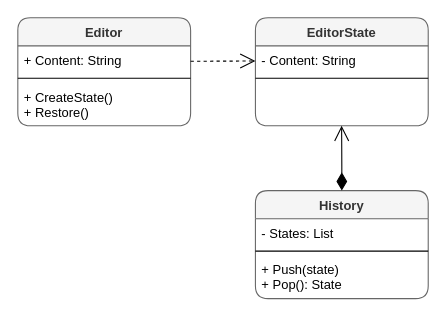
The draw.io diagram DesignPatterns/MementoPattern/Assets/Memento.drawio in maydinunlu/CSharp-DesignPatterns, before the edit. Source tidied: cells renumbered, new cells numbered last; positions are measured from the earlier drawing's top-left corner, leaving out a move shared by most shapes. Both pictures are drawn from the tidied source at 108%, with x=0, y=0 at pixel (17, 17).
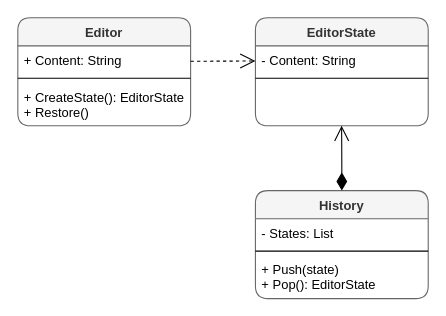
The same page after the edit.

Change to the diagram source:
```diff
@@
 <mxGraphModel>
   <root>
     <mxCell id="0" />
     <mxCell id="1" parent="0" />
     <mxCell id="2" value="Editor" style="swimlane;fontStyle=1;align=center;verticalAlign=top;horizontal=1;startSize=26;rounded=1;shadow=0;sketch=0;noLabel=0;swimlaneFillColor=none;fillColor=#f5f5f5;strokeColor=#666666;fontColor=#333333;" parent="1" vertex="1">
       <mxGeometry width="160" height="100" as="geometry" />
     </mxCell>
     <mxCell id="3" value="+ Content: String" style="text;strokeColor=none;fillColor=none;align=left;verticalAlign=top;spacingLeft=4;spacingRight=4;overflow=hidden;" parent="2" vertex="1">
       <mxGeometry y="26" width="160" height="26" as="geometry" />
     </mxCell>
     <mxCell id="4" style="line;strokeWidth=1;fillColor=none;align=left;verticalAlign=middle;spacingTop=-1;spacingLeft=3;spacingRight=3;labelPosition=right;" parent="2" vertex="1">
       <mxGeometry y="52" width="160" height="8" as="geometry" />
     </mxCell>
-    <mxCell id="5" value="+ CreateState()&#10;+ Restore()" style="text;strokeColor=none;fillColor=none;align=left;verticalAlign=top;spacingLeft=4;spacingRight=4;overflow=hidden;" parent="2" vertex="1">
+    <mxCell id="5" value="+ CreateState(): EditorState&#10;+ Restore()" style="text;strokeColor=none;fillColor=none;align=left;verticalAlign=top;spacingLeft=4;spacingRight=4;overflow=hidden;" parent="2" vertex="1">
       <mxGeometry y="60" width="160" height="40" as="geometry" />
     </mxCell>
     <mxCell id="6" value="EditorState" style="swimlane;fontStyle=1;align=center;verticalAlign=top;horizontal=1;startSize=26;sketch=0;shadow=0;rounded=1;glass=0;swimlaneLine=1;fillColor=#f5f5f5;strokeColor=#666666;fontColor=#333333;" parent="1" vertex="1">
       <mxGeometry x="220" width="160" height="100" as="geometry" />
     </mxCell>
     <mxCell id="7" value="- Content: String" style="text;strokeColor=none;fillColor=none;align=left;verticalAlign=top;spacingLeft=4;spacingRight=4;overflow=hidden;" parent="6" vertex="1">
       <mxGeometry y="26" width="160" height="26" as="geometry" />
     </mxCell>
     <mxCell id="8" style="line;strokeWidth=1;fillColor=none;align=left;verticalAlign=middle;spacingTop=-1;spacingLeft=3;spacingRight=3;labelPosition=right;" parent="6" vertex="1">
       <mxGeometry y="52" width="160" height="8" as="geometry" />
     </mxCell>
     <mxCell id="9" value=" " style="text;strokeColor=none;fillColor=none;align=left;verticalAlign=top;spacingLeft=4;spacingRight=4;overflow=hidden;" parent="6" vertex="1">
       <mxGeometry y="60" width="160" height="40" as="geometry" />
     </mxCell>
     <mxCell id="10" value="History" style="swimlane;fontStyle=1;align=center;verticalAlign=top;horizontal=1;startSize=26;sketch=0;shadow=0;rounded=1;fillColor=#f5f5f5;strokeColor=#666666;fontColor=#333333;" parent="1" vertex="1">
       <mxGeometry x="220" y="160" width="160" height="100" as="geometry" />
     </mxCell>
     <mxCell id="11" value="- States: List" style="text;strokeColor=none;fillColor=none;align=left;verticalAlign=top;spacingLeft=4;spacingRight=4;overflow=hidden;" parent="10" vertex="1">
       <mxGeometry y="26" width="160" height="26" as="geometry" />
     </mxCell>
     <mxCell id="12" style="line;strokeWidth=1;fillColor=none;align=left;verticalAlign=middle;spacingTop=-1;spacingLeft=3;spacingRight=3;labelPosition=right;" parent="10" vertex="1">
       <mxGeometry y="52" width="160" height="8" as="geometry" />
     </mxCell>
-    <mxCell id="13" value="+ Push(state)&#10;+ Pop(): State" style="text;strokeColor=none;fillColor=none;align=left;verticalAlign=top;spacingLeft=4;spacingRight=4;overflow=hidden;" parent="10" vertex="1">
+    <mxCell id="13" value="+ Push(state)&#10;+ Pop(): EditorState" style="text;strokeColor=none;fillColor=none;align=left;verticalAlign=top;spacingLeft=4;spacingRight=4;overflow=hidden;" parent="10" vertex="1">
       <mxGeometry y="60" width="160" height="40" as="geometry" />
     </mxCell>
     <mxCell id="14" style="endArrow=open;html=1;endSize=12;startArrow=diamondThin;startSize=14;startFill=1;edgeStyle=orthogonalEdgeStyle;align=left;verticalAlign=bottom;exitX=0.5;exitY=0;exitDx=0;exitDy=0;" parent="1" edge="1" source="10">
       <mxGeometry x="-1" y="3" relative="1" as="geometry">
         <mxPoint x="299.8" y="100" as="targetPoint" />
       </mxGeometry>
     </mxCell>
     <mxCell id="15" style="endArrow=open;endSize=12;dashed=1;html=1;" parent="1" edge="1">
       <mxGeometry relative="1" as="geometry">
         <mxPoint x="160" y="40.2" as="sourcePoint" />
         <mxPoint x="220" y="40" as="targetPoint" />
       </mxGeometry>
     </mxCell>
   </root>
 </mxGraphModel>
```
